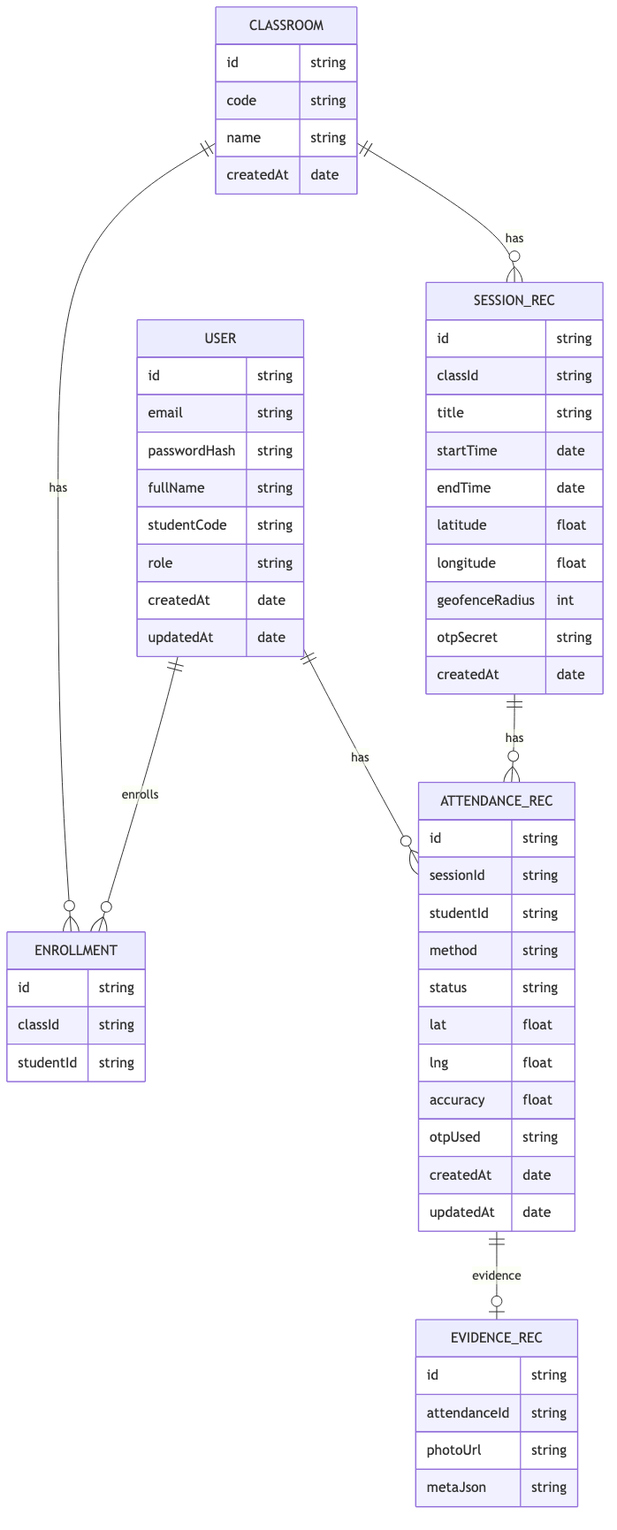
The Mermaid diagram docs/erd.png in iannwendy/QRAttendanceCheckin, before a commit. Its source is kept beside it as docs/erd.mmd. Source of this version:
```mermaid
erDiagram
    USER {
        id string
        email string
        passwordHash string
        fullName string
        studentCode string
        role string
        createdAt date
        updatedAt date
    }

    CLASSROOM {
        id string
        code string
        name string
        createdAt date
    }

    ENROLLMENT {
        id string
        classId string
        studentId string
    }

    SESSION_REC {
        id string
        classId string
        title string
        startTime date
        endTime date
        latitude float
        longitude float
        geofenceRadius int
        otpSecret string
        createdAt date
    }

    ATTENDANCE_REC {
        id string
        sessionId string
        studentId string
        method string
        status string
        lat float
        lng float
        accuracy float
        otpUsed string
        createdAt date
        updatedAt date
    }

    EVIDENCE_REC {
        id string
        attendanceId string
        photoUrl string
        metaJson string
    }

    USER ||--o{ ENROLLMENT : "enrolls"
    CLASSROOM ||--o{ ENROLLMENT : "has"

    CLASSROOM ||--o{ SESSION_REC : "has"

    SESSION_REC ||--o{ ATTENDANCE_REC : "has"
    USER ||--o{ ATTENDANCE_REC : "has"

    ATTENDANCE_REC ||--o| EVIDENCE_REC : "evidence"
```
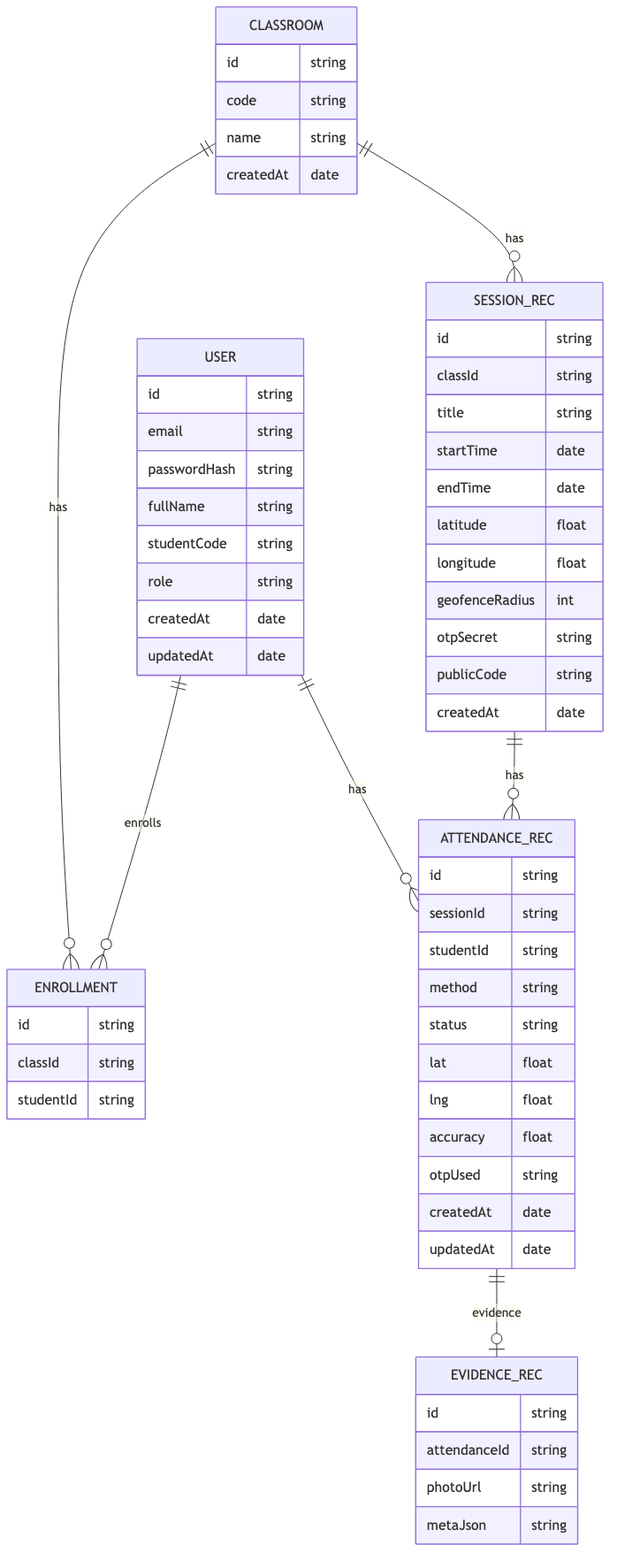
The same diagram one commit later.

What changed in the source:
```diff
@@ -33,6 +33,7 @@
         longitude float
         geofenceRadius int
         otpSecret string
+        publicCode string
         createdAt date
     }
 
```
